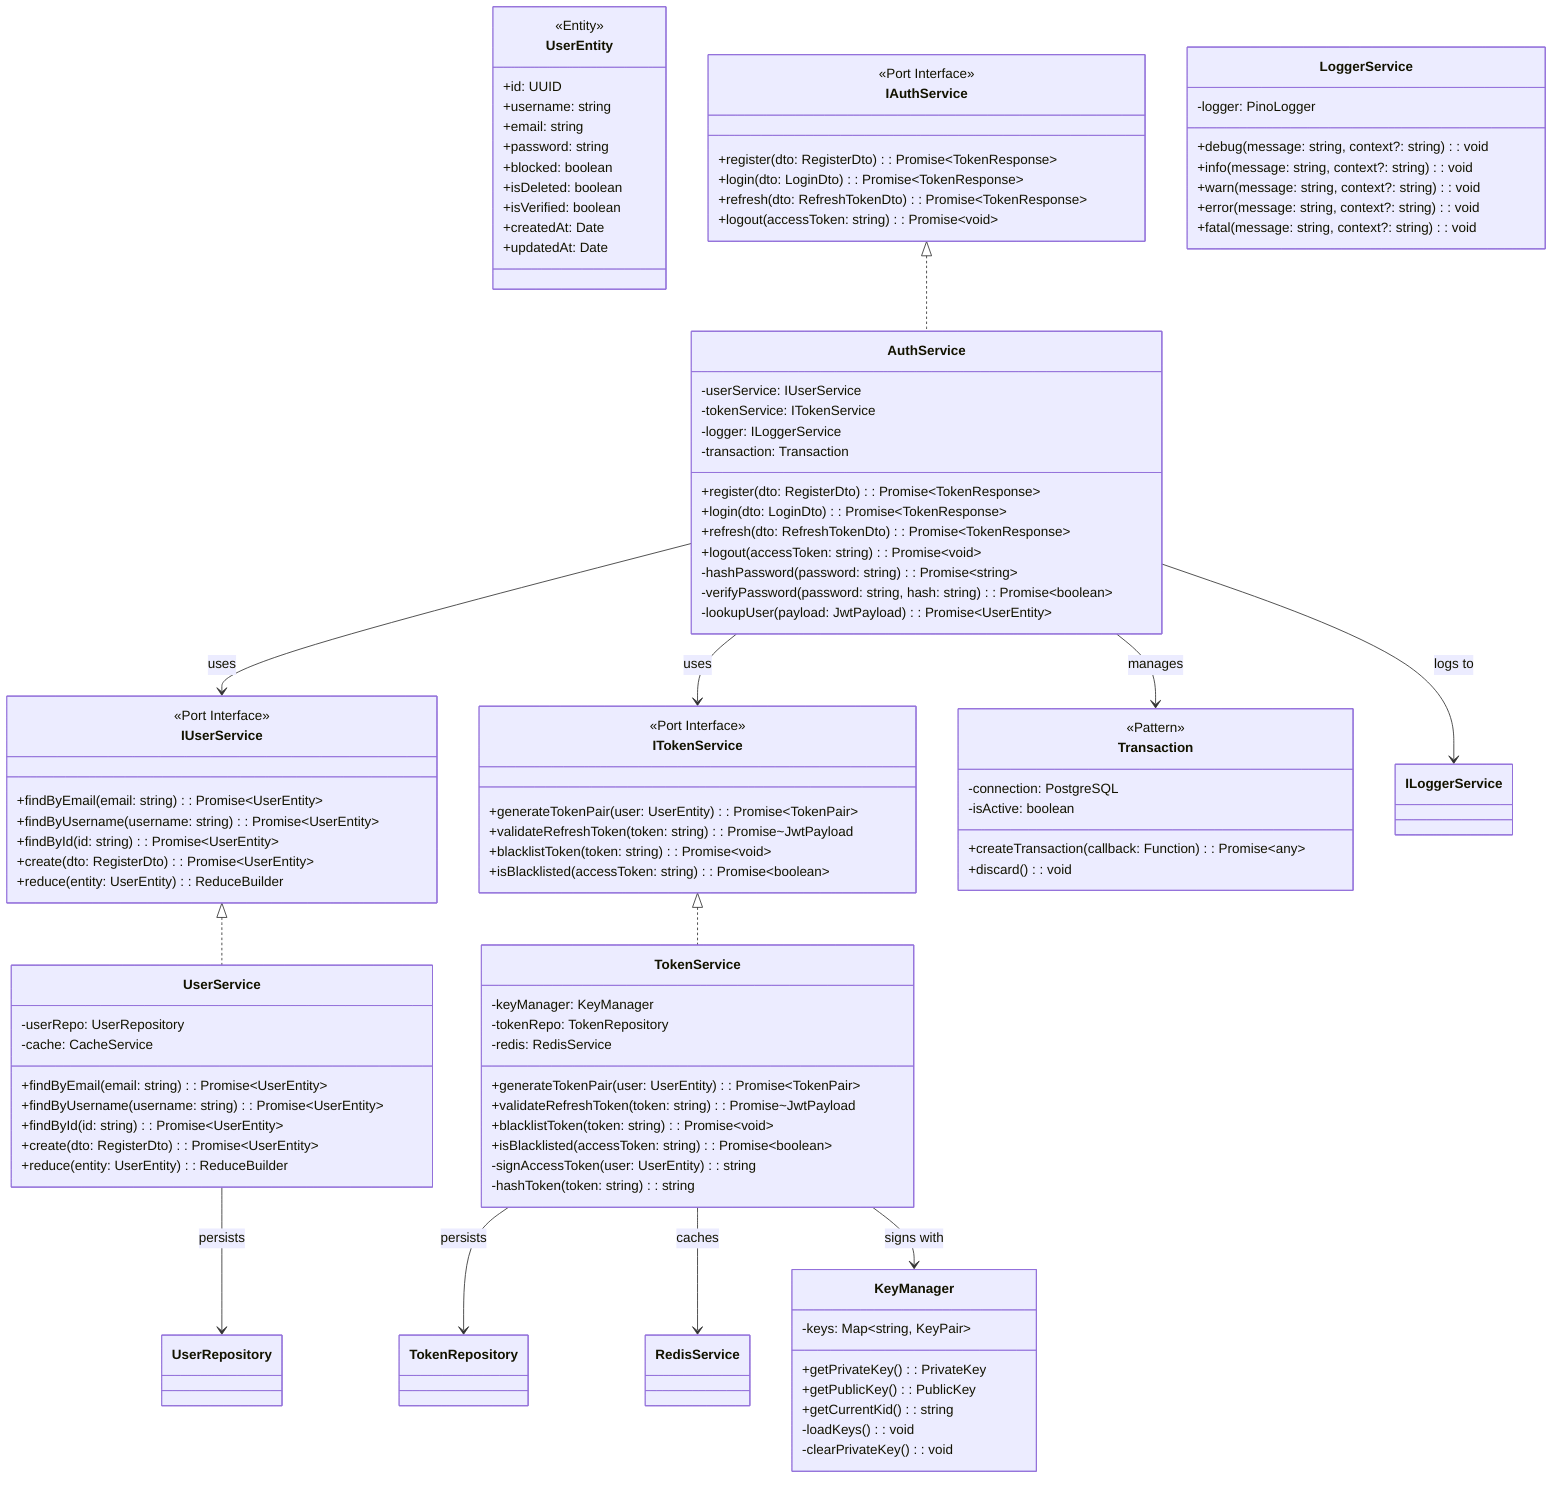
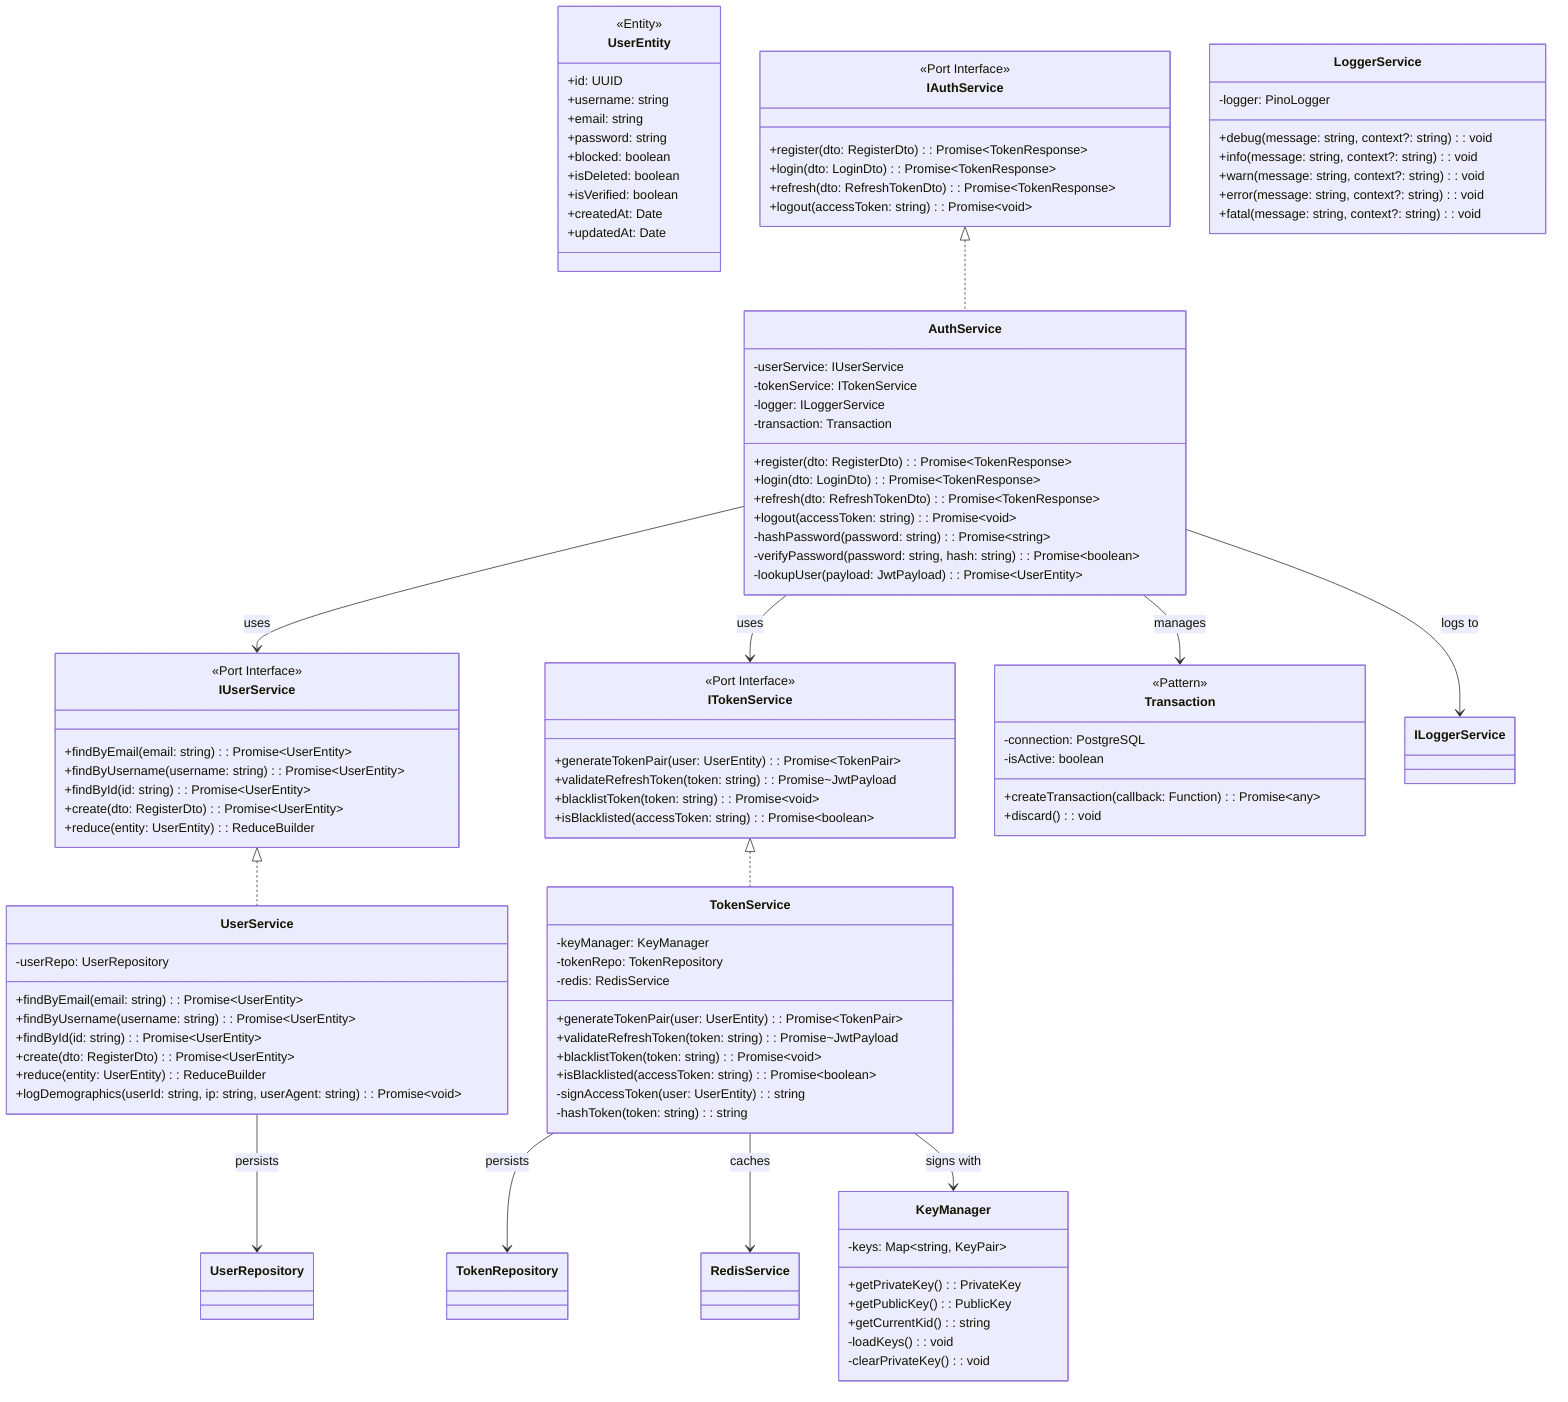
%% Class Diagram
%% Maps to: Hexagonal Architecture, Ports & Adapters
%% Service implementations, dependencies, and adapter classes
%% TokenService validates JWT + returns complete payload (not just boolean)
%% AuthService owns user lookup after token validation
%% Transaction uses callback pattern: createTransaction(callback) + discard()

classDiagram
    %% ════════════════════════════════════════════════════════════════
    %%  ENTITY
    %% ════════════════════════════════════════════════════════════════
    class UserEntity {
        <<Entity>>
        +id: UUID
        +username: string
        +email: string
        +password: string
        +blocked: boolean
        +isDeleted: boolean
        +isVerified: boolean
        +createdAt: Date
        +updatedAt: Date
    }

    %% ════════════════════════════════════════════════════════════════
    %%  PORT INTERFACES
    %% ════════════════════════════════════════════════════════════════
    class IAuthService {
        <<Port Interface>>
        +register(dto: RegisterDto): Promise~TokenResponse~
        +login(dto: LoginDto): Promise~TokenResponse~
        +refresh(dto: RefreshTokenDto): Promise~TokenResponse~
        +logout(accessToken: string): Promise~void~
    }

    class IUserService {
        <<Port Interface>>
        +findByEmail(email: string): Promise~UserEntity~
        +findByUsername(username: string): Promise~UserEntity~
        +findById(id: string): Promise~UserEntity~
        +create(dto: RegisterDto): Promise~UserEntity~
        +reduce(entity: UserEntity): ReduceBuilder
    }

    class ITokenService {
        <<Port Interface>>
        +generateTokenPair(user: UserEntity): Promise~TokenPair~
        +validateRefreshToken(token: string): Promise~JwtPayload
        +blacklistToken(token: string): Promise~void~
        +isBlacklisted(accessToken: string): Promise~boolean~
    }

    %% ════════════════════════════════════════════════════════════════
    %%  SERVICE IMPLEMENTATIONS
    %% ════════════════════════════════════════════════════════════════
    class AuthService {
        -userService: IUserService
        -tokenService: ITokenService
        -logger: ILoggerService
        -transaction: Transaction
        +register(dto: RegisterDto): Promise~TokenResponse~
        +login(dto: LoginDto): Promise~TokenResponse~
        +refresh(dto: RefreshTokenDto): Promise~TokenResponse~
        +logout(accessToken: string): Promise~void~
        -hashPassword(password: string): Promise~string~
        -verifyPassword(password: string, hash: string): Promise~boolean~
        -lookupUser(payload: JwtPayload): Promise~UserEntity~
    }

    class UserService {
        -userRepo: UserRepository
-         -cache: CacheService
        +findByEmail(email: string): Promise~UserEntity~
        +findByUsername(username: string): Promise~UserEntity~
        +findById(id: string): Promise~UserEntity~
        +create(dto: RegisterDto): Promise~UserEntity~
        +reduce(entity: UserEntity): ReduceBuilder
+         +logDemographics(userId: string, ip: string, userAgent: string): Promise~void~
    }

    class TokenService {
        -keyManager: KeyManager
        -tokenRepo: TokenRepository
        -redis: RedisService
        +generateTokenPair(user: UserEntity): Promise~TokenPair~
        +validateRefreshToken(token: string): Promise~JwtPayload
        +blacklistToken(token: string): Promise~void~
        +isBlacklisted(accessToken: string): Promise~boolean~
        -signAccessToken(user: UserEntity): string
        -hashToken(token: string): string
    }

    class LoggerService {
        -logger: PinoLogger
        +debug(message: string, context?: string): void
        +info(message: string, context?: string): void
        +warn(message: string, context?: string): void
        +error(message: string, context?: string): void
        +fatal(message: string, context?: string): void
    }

    class KeyManager {
        -keys: Map~string, KeyPair~
        +getPrivateKey(): PrivateKey
        +getPublicKey(): PublicKey
        +getCurrentKid(): string
        -loadKeys(): void
        -clearPrivateKey(): void
    }

    class Transaction {
        <<Pattern>>
        -connection: PostgreSQL
        -isActive: boolean
        +createTransaction(callback: Function): Promise~any~
        +discard(): void
    }

    %% ════════════════════════════════════════════════════════════════
    %%  INTERFACE IMPLEMENTATIONS
    %% ════════════════════════════════════════════════════════════════
    IAuthService <|.. AuthService
    IUserService <|.. UserService
    ITokenService <|.. TokenService

    %% ════════════════════════════════════════════════════════════════
    %%  DEPENDENCIES
    %% ════════════════════════════════════════════════════════════════
    AuthService --> IUserService : uses
    AuthService --> ITokenService : uses
    AuthService --> ILoggerService : logs to
    AuthService --> Transaction : manages

    UserService --> UserRepository : persists
    TokenService --> TokenRepository : persists
    TokenService --> RedisService : caches
    TokenService --> KeyManager : signs with
